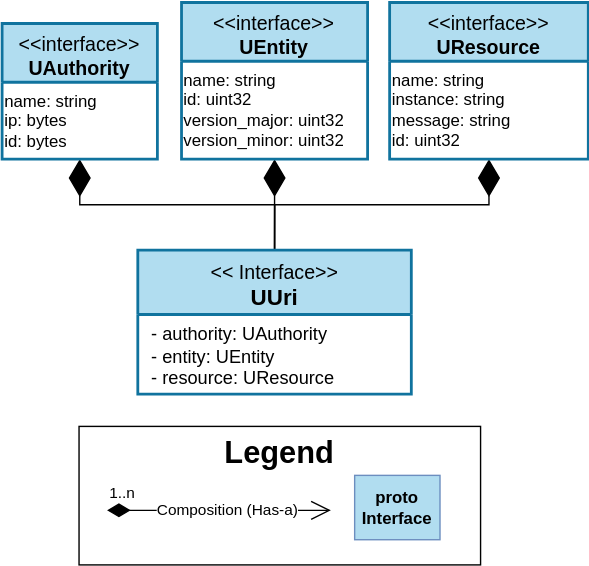
eclipse-uprotocol/up-spec keeps this draw.io diagram as basics/uuri.drawio.svg. Above is the earlier version. Source tidied: cells renumbered, new cells last; positions are measured from the earlier drawing's top-left corner, leaving out a move shared by most shapes.
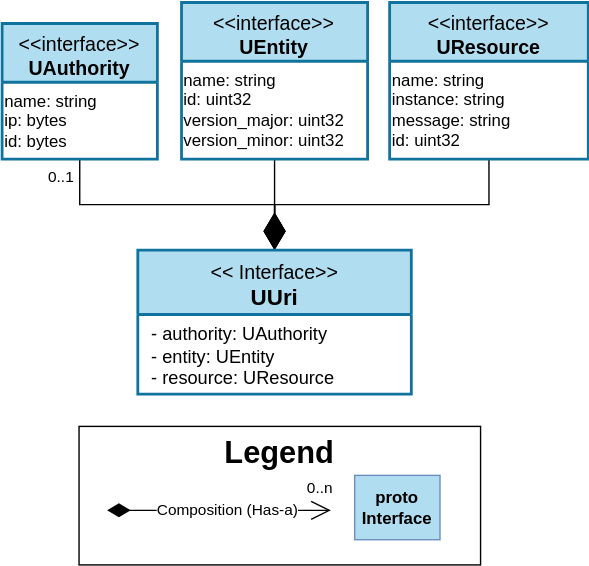
After the change.

Commit message:
Fix direction of UML composition relation

Also fixed cardinality at UAuthority end.

Diff of the diagram source:
```diff
@@ -2,13 +2,18 @@
   <root>
     <mxCell id="0" />
     <mxCell id="1" parent="0" />
-    <mxCell id="2" style="endArrow=diamondThin;endFill=1;endSize=24;html=1;rounded=0;exitX=0.5;exitY=0;exitDx=0;exitDy=0;entryX=0.5;entryY=1;entryDx=0;entryDy=0;edgeStyle=orthogonalEdgeStyle;fontColor=#000000;strokeColor=#000000;" parent="1" edge="1" source="7" target="9">
+    <mxCell id="2" style="endArrow=diamondThin;endFill=1;endSize=24;html=1;rounded=0;exitX=0.5;exitY=1;exitDx=0;exitDy=0;edgeStyle=orthogonalEdgeStyle;fontColor=#000000;strokeColor=#000000;entryX=0.5;entryY=0;entryDx=0;entryDy=0;" parent="1" edge="1" source="9" target="7">
       <mxGeometry relative="1" as="geometry" />
     </mxCell>
-    <mxCell id="3" style="endArrow=diamondThin;endFill=1;endSize=24;html=1;rounded=0;entryX=0.5;entryY=1;entryDx=0;entryDy=0;jumpStyle=none;exitX=0.5;exitY=0;exitDx=0;exitDy=0;fontColor=#000000;strokeColor=#000000;edgeStyle=orthogonalEdgeStyle;" parent="1" edge="1" source="7" target="5">
+    <mxCell id="3" style="endArrow=diamondThin;endFill=1;endSize=24;html=1;rounded=0;jumpStyle=none;exitX=0.5;exitY=1;exitDx=0;exitDy=0;fontColor=#000000;strokeColor=#000000;edgeStyle=orthogonalEdgeStyle;entryX=0.5;entryY=0;entryDx=0;entryDy=0;" parent="1" edge="1" source="5" target="7">
       <mxGeometry relative="1" as="geometry" />
     </mxCell>
+    <mxCell id="17" value="0..1" style="edgeLabel;html=1;align=center;verticalAlign=middle;" parent="3" vertex="1">
+      <mxGeometry x="-0.9" relative="1" as="geometry">
+        <mxPoint x="-14" y="2" as="offset" />
+      </mxGeometry>
+    </mxCell>
-    <mxCell id="4" style="endArrow=diamondThin;endFill=1;endSize=24;html=1;rounded=0;entryX=0.5;entryY=1;entryDx=0;entryDy=0;exitX=0.5;exitY=0;exitDx=0;exitDy=0;fontColor=#000000;strokeColor=#000000;edgeStyle=orthogonalEdgeStyle;" parent="1" edge="1" source="7" target="11">
+    <mxCell id="4" style="endArrow=diamondThin;endFill=1;endSize=24;html=1;rounded=0;exitX=0.5;exitY=1;exitDx=0;exitDy=0;fontColor=#000000;strokeColor=#000000;edgeStyle=orthogonalEdgeStyle;entryX=0.5;entryY=0;entryDx=0;entryDy=0;" parent="1" edge="1" source="11" target="7">
       <mxGeometry relative="1" as="geometry" />
     </mxCell>
     <mxCell id="5" value="&lt;font style=&quot;font-size: 14px;&quot;&gt;&lt;span style=&quot;font-weight: normal;&quot;&gt;&amp;lt;&amp;lt;interface&amp;gt;&amp;gt;&lt;/span&gt;&lt;br&gt;UAuthority&lt;/font&gt;" style="swimlane;fontStyle=1;align=center;verticalAlign=top;horizontal=1;startSize=42;whiteSpace=wrap;html=1;labelBackgroundColor=none;fillColor=#B1DDF0;strokeColor=#10739E;fontColor=#000000;strokeWidth=2;" parent="1" vertex="1">
@@ -41,7 +46,7 @@
     <mxCell id="14" value="proto Interface" style="rounded=0;whiteSpace=wrap;html=1;fontStyle=1;fontSize=12;fillColor=#B1DDF0;strokeColor=#6c8ebf;fontColor=#000000;" parent="1" vertex="1">
       <mxGeometry x="252" y="338" width="61" height="46" as="geometry" />
     </mxCell>
-    <mxCell id="15" value="1..n" style="endArrow=open;html=1;endSize=12;startArrow=diamondThin;startSize=14;startFill=1;edgeStyle=orthogonalEdgeStyle;align=left;verticalAlign=bottom;rounded=0;fontColor=#000000;labelBackgroundColor=#FFFFFF;strokeColor=#000000;" parent="1" edge="1">
+    <mxCell id="15" style="endArrow=open;html=1;endSize=12;startArrow=diamondThin;startSize=14;startFill=1;edgeStyle=orthogonalEdgeStyle;align=left;verticalAlign=bottom;rounded=0;fontColor=#000000;labelBackgroundColor=#FFFFFF;strokeColor=#000000;" parent="1" edge="1">
       <mxGeometry x="-1" y="3" relative="1" as="geometry">
         <mxPoint x="75" y="363" as="sourcePoint" />
         <mxPoint x="235" y="363" as="targetPoint" />
@@ -50,5 +55,10 @@
     <mxCell id="16" value="Composition (Has-a)" style="edgeLabel;html=1;align=center;verticalAlign=middle;fontColor=#000000;labelBackgroundColor=#FFFFFF;" parent="15" vertex="1">
       <mxGeometry x="0.07" relative="1" as="geometry" />
     </mxCell>
+    <mxCell id="18" value="0..n" style="edgeLabel;html=1;align=center;verticalAlign=middle;" parent="15" vertex="1">
+      <mxGeometry x="0.91" relative="1" as="geometry">
+        <mxPoint x="-1" y="-16" as="offset" />
+      </mxGeometry>
+    </mxCell>
   </root>
 </mxGraphModel>
```
